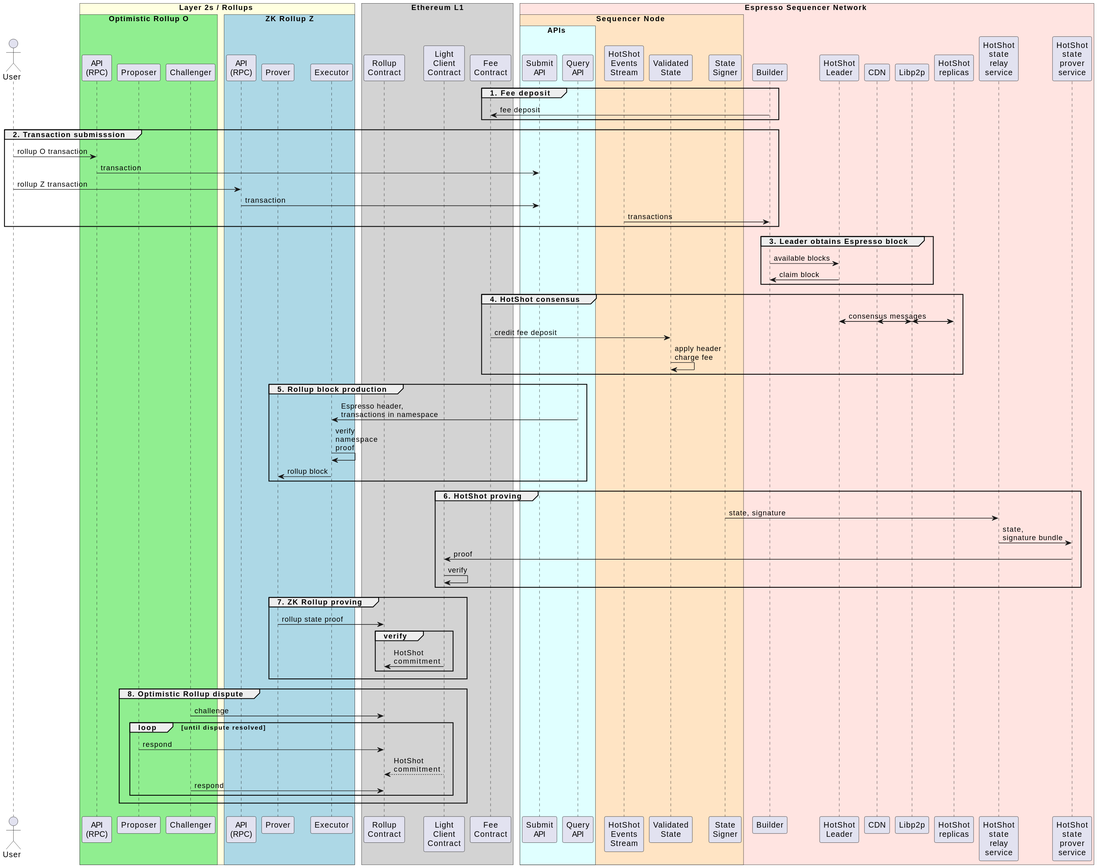
Above: doc/sequence-diagram.svg in EspressoSystems/espresso-sequencer (PlantUML), before the change.
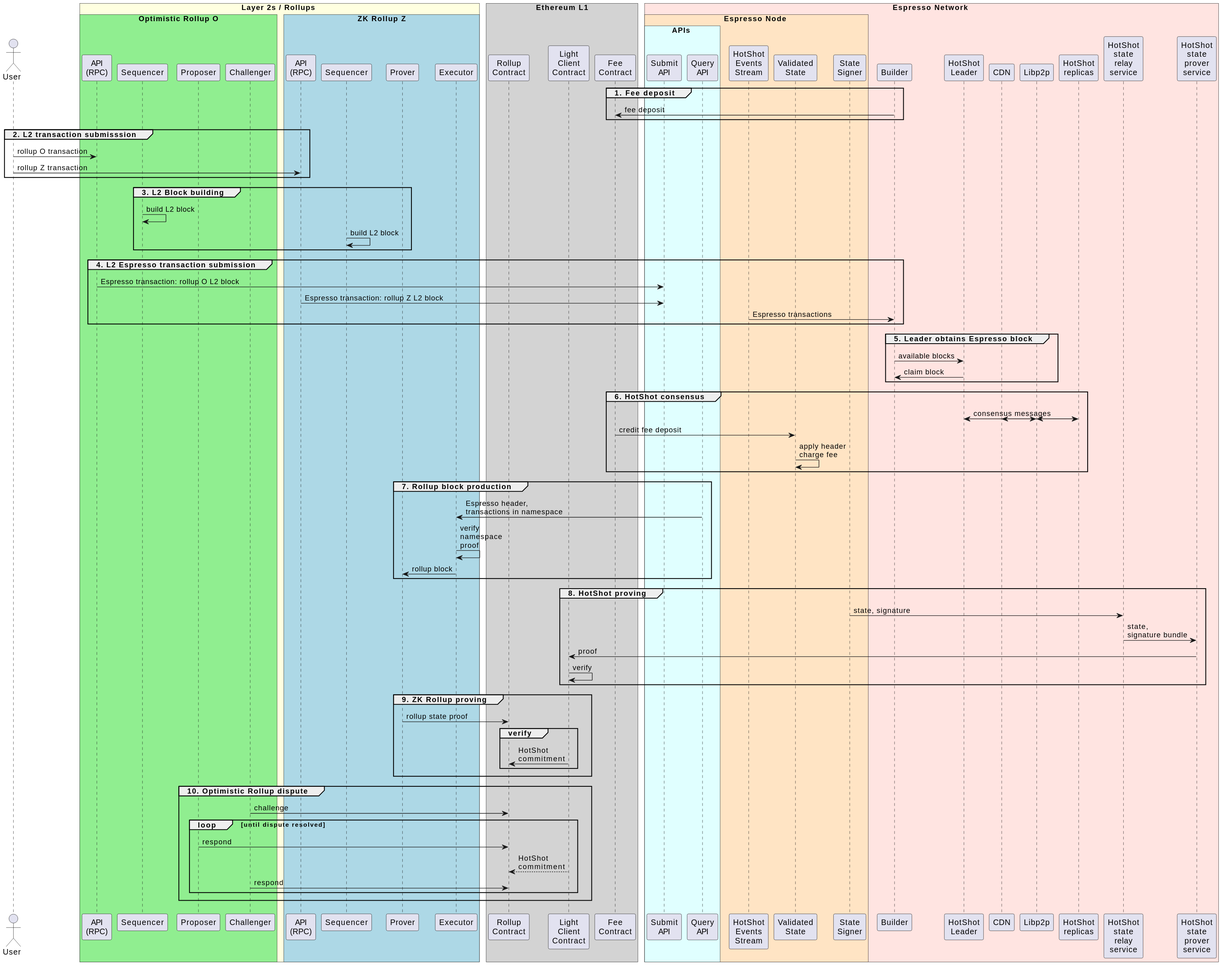
The same diagram one commit later.

What changed in the source:
```diff
@@ -5,11 +5,13 @@
 box Layer 2s / Rollups #LightYellow
     box "Optimistic Rollup O" #LightGreen
         participant "API\n(RPC)" as orrpc
+        participant Sequencer as orseq
         participant Proposer
         participant Challenger
     end box
     box "ZK Rollup Z" #LightBlue
         participant "API\n(RPC)" as zkrpc
+        participant Sequencer as zkseq
         participant "Prover" as rprover
         participant "Executor" as executor
     end box
@@ -21,8 +23,8 @@
     participant "Fee\nContract" as fee
 end box
 
-box Espresso Sequencer Network #MistyRose
-    box Sequencer Node #Bisque
+box Espresso Network #MistyRose
+    box Espresso Node #Bisque
         box APIs #LightCyan
             participant "Submit\nAPI" as submit
             participant "Query\nAPI" as query
@@ -45,20 +47,28 @@
     Builder -> fee: fee deposit
 end group
 
-group 2. Transaction submisssion
+group 2. L2 transaction submisssion
     User -> orrpc: rollup O transaction
-    orrpc -> submit: transaction
     User -> zkrpc: rollup Z transaction
-    zkrpc -> submit: transaction
-    events -> Builder: transactions
 end group
 
-group 3. Leader obtains Espresso block
+group 3. L2 Block building
+    orseq -> orseq: build L2 block
+    zkseq -> zkseq: build L2 block
+end group
+
+group 4. L2 Espresso transaction submission
+    orrpc -> submit: Espresso transaction: rollup O L2 block
+    zkrpc -> submit: Espresso transaction: rollup Z L2 block
+    events -> Builder: Espresso transactions
+end group
+
+group 5. Leader obtains Espresso block
     Builder -> leader: available blocks
     leader -> Builder: claim block
 end group
 
-group 4. HotShot consensus
+group 6. HotShot consensus
     leader <-> replicas: consensus messages
     & leader <-> Libp2p:
     & Libp2p <-> replicas:
@@ -67,27 +77,27 @@
     ValidatedState -> ValidatedState: apply header\ncharge fee
 end group
 
-group 5. Rollup block production
+group 7. Rollup block production
     query -> executor: Espresso header,\ntransactions in namespace
     executor -> executor: verify\nnamespace\nproof
     executor -> rprover: rollup block
 end group
 
-group 6. HotShot proving
+group 8. HotShot proving
     signer -> relay: state, signature
     relay -> prover: state,\nsignature bundle
     prover -> "Light\nClient\nContract" as LC: proof
     LC -> LC: verify
 end group
 
-group 7. ZK Rollup proving
+group 9. ZK Rollup proving
     rprover -> RC: rollup state proof
     group verify
         LC -> "Rollup\nContract" as RC: HotShot\ncommitment
     end group
 end group
 
-group 8. Optimistic Rollup dispute
+group 10. Optimistic Rollup dispute
     Challenger -> RC: challenge
     loop until dispute resolved
     Proposer -> RC: respond
```
